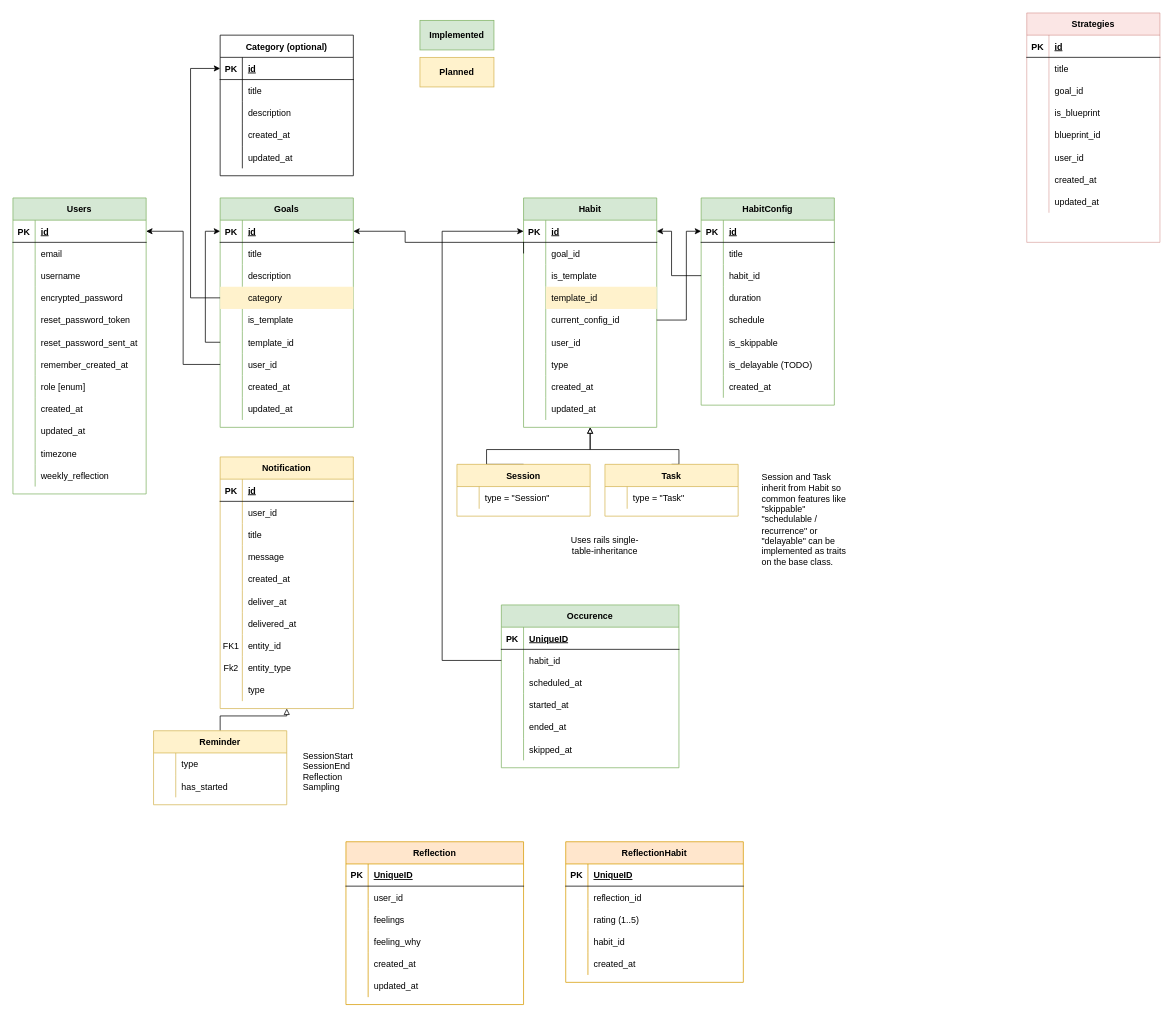
Earlier version of the draw.io diagram reqs/DB Model.drawio (AlexanderLill/yahtapp-web). Source tidied: cells renumbered, new cells numbered last; positions are measured from the earlier drawing's top-left corner, leaving out a move shared by most shapes. Both pictures are drawn from the tidied source at 74%, with x=0, y=0 at pixel (13, 13).
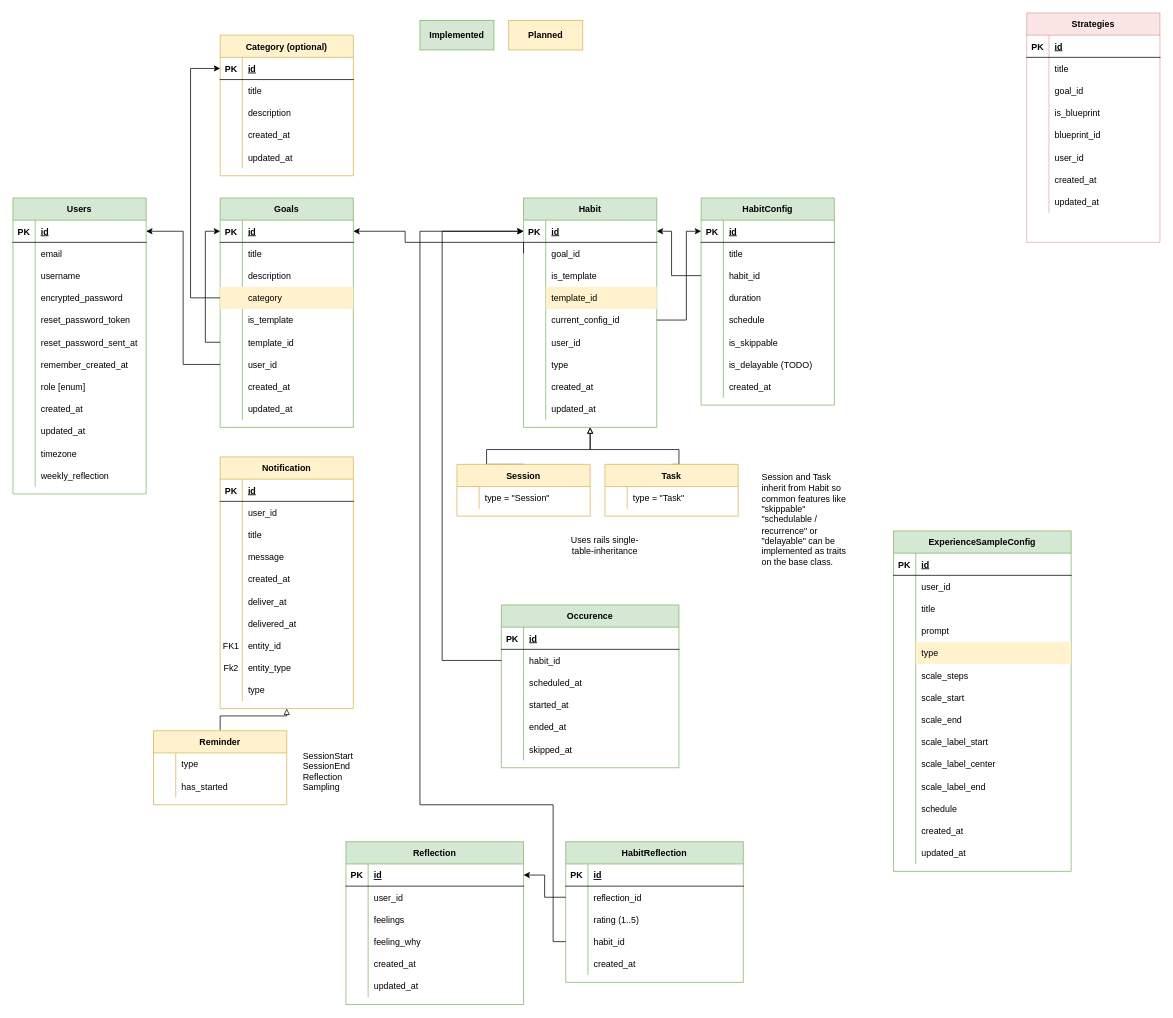
The same page after the edit.

Unchanged cells that the change refers to:
```xml
<mxCell id="94" style="shape=partialRectangle;fillColor=none;top=0;left=0;bottom=1;right=0;points=[[0,0.5],[1,0.5]];portConstraint=eastwest;" parent="93" vertex="1">
  <mxGeometry y="30" width="180" height="30" as="geometry" />
</mxCell>
<mxCell id="193" style="shape=partialRectangle;fillColor=none;top=0;left=0;bottom=1;right=0;" parent="192" vertex="1">
  <mxGeometry y="30" width="240" height="30" as="geometry" />
</mxCell>
<mxCell id="213" style="shape=partialRectangle;fillColor=none;top=0;left=0;bottom=1;right=0;points=[[0,0.5],[1,0.5]];portConstraint=eastwest;" parent="212" vertex="1">
  <mxGeometry y="30" width="240" height="30" as="geometry" />
</mxCell>
<mxCell id="232" style="shape=partialRectangle;fillColor=none;top=0;left=0;bottom=1;right=0;" parent="231" vertex="1">
  <mxGeometry y="30" width="240" height="30" as="geometry" />
</mxCell>
<mxCell id="235" style="shape=partialRectangle;fillColor=none;top=0;left=0;bottom=0;right=0;points=[[0,0.5],[1,0.5]];portConstraint=eastwest;" parent="231" vertex="1">
  <mxGeometry y="60" width="240" height="30" as="geometry" />
</mxCell>
<mxCell id="241" style="shape=partialRectangle;fillColor=none;top=0;left=0;bottom=0;right=0;points=[[0,0.5],[1,0.5]];portConstraint=eastwest;" parent="231" vertex="1">
  <mxGeometry y="120" width="240" height="30" as="geometry" />
</mxCell>
```

Change to the diagram source:
```diff
@@
-    <mxCell id="121" value="Category (optional)" style="shape=table;startSize=30;childLayout=tableLayout;rowLines=0;fontStyle=1;align=center;" parent="1" vertex="1">
+    <mxCell id="121" value="Category (optional)" style="shape=table;startSize=30;childLayout=tableLayout;rowLines=0;fontStyle=1;align=center;fillColor=#fff2cc;strokeColor=#d6b656;" parent="1" vertex="1">
       <mxGeometry x="280" y="30" width="180" height="190" as="geometry" />
     </mxCell>
@@
-    <mxCell id="195" value="UniqueID" style="shape=partialRectangle;fillColor=none;top=0;left=0;bottom=0;right=0;align=left;spacingLeft=6;fontStyle=5;overflow=hidden;" parent="193" vertex="1">
+    <mxCell id="195" value="id" style="shape=partialRectangle;fillColor=none;top=0;left=0;bottom=0;right=0;align=left;spacingLeft=6;fontStyle=5;overflow=hidden;" parent="193" vertex="1">
       <mxGeometry x="30" width="210" height="30" as="geometry" />
     </mxCell>
@@
-    <mxCell id="212" value="Reflection" style="shape=table;startSize=30;childLayout=tableLayout;rowLines=0;fontStyle=1;align=center;fillColor=#ffe6cc;strokeColor=#d79b00;" parent="1" vertex="1">
+    <mxCell id="212" value="Reflection" style="shape=table;startSize=30;childLayout=tableLayout;rowLines=0;fontStyle=1;align=center;fillColor=#d5e8d4;strokeColor=#82b366;" parent="1" vertex="1">
       <mxGeometry x="450" y="1120" width="240" height="220" as="geometry" />
     </mxCell>
@@
-    <mxCell id="215" value="UniqueID" style="shape=partialRectangle;fillColor=none;top=0;left=0;bottom=0;right=0;align=left;spacingLeft=6;fontStyle=5;overflow=hidden;" parent="213" vertex="1">
+    <mxCell id="215" value="id" style="shape=partialRectangle;fillColor=none;top=0;left=0;bottom=0;right=0;align=left;spacingLeft=6;fontStyle=5;overflow=hidden;" parent="213" vertex="1">
       <mxGeometry x="30" width="210" height="30" as="geometry" />
     </mxCell>
@@
-    <mxCell id="231" value="ReflectionHabit" style="shape=table;startSize=30;childLayout=tableLayout;rowLines=0;fontStyle=1;align=center;fillColor=#ffe6cc;strokeColor=#d79b00;" parent="1" vertex="1">
+    <mxCell id="231" value="HabitReflection" style="shape=table;startSize=30;childLayout=tableLayout;rowLines=0;fontStyle=1;align=center;fillColor=#d5e8d4;strokeColor=#82b366;" parent="1" vertex="1">
       <mxGeometry x="747" y="1120" width="240" height="190" as="geometry" />
     </mxCell>
@@
-    <mxCell id="234" value="UniqueID" style="shape=partialRectangle;fillColor=none;top=0;left=0;bottom=0;right=0;align=left;spacingLeft=6;fontStyle=5;overflow=hidden;" parent="232" vertex="1">
+    <mxCell id="234" value="id" style="shape=partialRectangle;fillColor=none;top=0;left=0;bottom=0;right=0;align=left;spacingLeft=6;fontStyle=5;overflow=hidden;" parent="232" vertex="1">
       <mxGeometry x="30" width="210" height="30" as="geometry" />
     </mxCell>
@@
     <mxCell id="275" value="&lt;b&gt;Planned&lt;/b&gt;" style="rounded=0;whiteSpace=wrap;html=1;fillColor=#fff2cc;strokeColor=#d6b656;" parent="1" vertex="1">
-      <mxGeometry x="550" y="60" width="100" height="40" as="geometry" />
+      <mxGeometry x="670" y="10" width="100" height="40" as="geometry" />
     </mxCell>
+    <mxCell id="276" style="edgeStyle=orthogonalEdgeStyle;rounded=0;jettySize=auto;html=1;exitX=0;exitY=0.5;exitDx=0;exitDy=0;entryX=1;entryY=0.5;entryDx=0;entryDy=0;" parent="1" edge="1" source="235" target="213">
+      <mxGeometry relative="1" as="geometry" />
+    </mxCell>
+    <mxCell id="277" style="edgeStyle=orthogonalEdgeStyle;rounded=0;jettySize=auto;html=1;exitX=0;exitY=0.5;exitDx=0;exitDy=0;entryX=0;entryY=0.5;entryDx=0;entryDy=0;" parent="1" edge="1" source="241" target="94">
+      <mxGeometry relative="1" as="geometry">
+        <Array as="points">
+          <mxPoint x="730" y="1255" />
+          <mxPoint x="730" y="1070" />
+          <mxPoint x="550" y="1070" />
+          <mxPoint x="550" y="295" />
+        </Array>
+      </mxGeometry>
+    </mxCell>
+    <mxCell id="278" value="ExperienceSampleConfig" style="shape=table;startSize=30;childLayout=tableLayout;rowLines=0;fontStyle=1;align=center;fillColor=#d5e8d4;strokeColor=#82b366;" parent="1" vertex="1">
+      <mxGeometry x="1190" y="700" width="240" height="460" as="geometry" />
+    </mxCell>
+    <mxCell id="279" style="shape=partialRectangle;fillColor=none;top=0;left=0;bottom=1;right=0;" parent="278" vertex="1">
+      <mxGeometry y="30" width="240" height="30" as="geometry" />
+    </mxCell>
+    <mxCell id="280" value="PK" style="shape=partialRectangle;fillColor=none;top=0;left=0;bottom=0;right=0;fontStyle=1;overflow=hidden;" parent="279" vertex="1">
+      <mxGeometry width="30" height="30" as="geometry" />
+    </mxCell>
+    <mxCell id="281" value="id" style="shape=partialRectangle;fillColor=none;top=0;left=0;bottom=0;right=0;align=left;spacingLeft=6;fontStyle=5;overflow=hidden;" parent="279" vertex="1">
+      <mxGeometry x="30" width="210" height="30" as="geometry" />
+    </mxCell>
+    <mxCell id="282" style="shape=partialRectangle;fillColor=none;top=0;left=0;bottom=0;right=0;" parent="278" vertex="1">
+      <mxGeometry y="60" width="240" height="30" as="geometry" />
+    </mxCell>
+    <mxCell id="283" style="shape=partialRectangle;fillColor=none;top=0;left=0;bottom=0;right=0;overflow=hidden;" parent="282" vertex="1">
+      <mxGeometry width="30" height="30" as="geometry" />
+    </mxCell>
+    <mxCell id="284" value="user_id" style="shape=partialRectangle;fillColor=none;top=0;left=0;bottom=0;right=0;align=left;spacingLeft=6;overflow=hidden;" parent="282" vertex="1">
+      <mxGeometry x="30" width="210" height="30" as="geometry" />
+    </mxCell>
+    <mxCell id="285" style="shape=partialRectangle;fillColor=none;top=0;left=0;bottom=0;right=0;" parent="278" vertex="1">
+      <mxGeometry y="90" width="240" height="30" as="geometry" />
+    </mxCell>
+    <mxCell id="286" style="shape=partialRectangle;fillColor=none;top=0;left=0;bottom=0;right=0;overflow=hidden;" parent="285" vertex="1">
+      <mxGeometry width="30" height="30" as="geometry" />
+    </mxCell>
+    <mxCell id="287" value="title" style="shape=partialRectangle;fillColor=none;top=0;left=0;bottom=0;right=0;align=left;spacingLeft=6;overflow=hidden;" parent="285" vertex="1">
+      <mxGeometry x="30" width="210" height="30" as="geometry" />
+    </mxCell>
+    <mxCell id="288" style="shape=partialRectangle;fillColor=none;top=0;left=0;bottom=0;right=0;" parent="278" vertex="1">
+      <mxGeometry y="120" width="240" height="30" as="geometry" />
+    </mxCell>
+    <mxCell id="289" style="shape=partialRectangle;fillColor=none;top=0;left=0;bottom=0;right=0;overflow=hidden;" parent="288" vertex="1">
+      <mxGeometry width="30" height="30" as="geometry" />
+    </mxCell>
+    <mxCell id="290" value="prompt" style="shape=partialRectangle;fillColor=none;top=0;left=0;bottom=0;right=0;align=left;spacingLeft=6;overflow=hidden;" parent="288" vertex="1">
+      <mxGeometry x="30" width="210" height="30" as="geometry" />
+    </mxCell>
+    <mxCell id="291" style="shape=partialRectangle;fillColor=none;top=0;left=0;bottom=0;right=0;" parent="278" vertex="1">
+      <mxGeometry y="150" width="240" height="30" as="geometry" />
+    </mxCell>
+    <mxCell id="292" style="shape=partialRectangle;fillColor=none;top=0;left=0;bottom=0;right=0;overflow=hidden;" parent="291" vertex="1">
+      <mxGeometry width="30" height="30" as="geometry" />
+    </mxCell>
+    <mxCell id="293" value="type" style="shape=partialRectangle;fillColor=#fff2cc;top=0;left=0;bottom=0;right=0;align=left;spacingLeft=6;overflow=hidden;strokeColor=#d6b656;" parent="291" vertex="1">
+      <mxGeometry x="30" width="210" height="30" as="geometry" />
+    </mxCell>
+    <mxCell id="294" style="shape=partialRectangle;fillColor=none;top=0;left=0;bottom=0;right=0;" parent="278" vertex="1">
+      <mxGeometry y="180" width="240" height="30" as="geometry" />
+    </mxCell>
+    <mxCell id="295" style="shape=partialRectangle;fillColor=none;top=0;left=0;bottom=0;right=0;overflow=hidden;" parent="294" vertex="1">
+      <mxGeometry width="30" height="30" as="geometry" />
+    </mxCell>
+    <mxCell id="296" value="scale_steps" style="shape=partialRectangle;fillColor=none;top=0;left=0;bottom=0;right=0;align=left;spacingLeft=6;overflow=hidden;" parent="294" vertex="1">
+      <mxGeometry x="30" width="210" height="30" as="geometry" />
+    </mxCell>
+    <mxCell id="297" style="shape=partialRectangle;fillColor=none;top=0;left=0;bottom=0;right=0;" parent="278" vertex="1">
+      <mxGeometry y="210" width="240" height="30" as="geometry" />
+    </mxCell>
+    <mxCell id="298" style="shape=partialRectangle;fillColor=none;top=0;left=0;bottom=0;right=0;overflow=hidden;" parent="297" vertex="1">
+      <mxGeometry width="30" height="30" as="geometry" />
+    </mxCell>
+    <mxCell id="299" value="scale_start" style="shape=partialRectangle;fillColor=none;top=0;left=0;bottom=0;right=0;align=left;spacingLeft=6;overflow=hidden;" parent="297" vertex="1">
+      <mxGeometry x="30" width="210" height="30" as="geometry" />
+    </mxCell>
+    <mxCell id="300" style="shape=partialRectangle;fillColor=none;top=0;left=0;bottom=0;right=0;" parent="278" vertex="1">
+      <mxGeometry y="240" width="240" height="30" as="geometry" />
+    </mxCell>
+    <mxCell id="301" style="shape=partialRectangle;fillColor=none;top=0;left=0;bottom=0;right=0;overflow=hidden;" parent="300" vertex="1">
+      <mxGeometry width="30" height="30" as="geometry" />
+    </mxCell>
+    <mxCell id="302" value="scale_end" style="shape=partialRectangle;fillColor=none;top=0;left=0;bottom=0;right=0;align=left;spacingLeft=6;overflow=hidden;" parent="300" vertex="1">
+      <mxGeometry x="30" width="210" height="30" as="geometry" />
+    </mxCell>
+    <mxCell id="303" style="shape=partialRectangle;fillColor=none;top=0;left=0;bottom=0;right=0;" parent="278" vertex="1">
+      <mxGeometry y="270" width="240" height="30" as="geometry" />
+    </mxCell>
+    <mxCell id="304" style="shape=partialRectangle;fillColor=none;top=0;left=0;bottom=0;right=0;overflow=hidden;" parent="303" vertex="1">
+      <mxGeometry width="30" height="30" as="geometry" />
+    </mxCell>
+    <mxCell id="305" value="scale_label_start" style="shape=partialRectangle;fillColor=none;top=0;left=0;bottom=0;right=0;align=left;spacingLeft=6;overflow=hidden;" parent="303" vertex="1">
+      <mxGeometry x="30" width="210" height="30" as="geometry" />
+    </mxCell>
+    <mxCell id="306" style="shape=partialRectangle;fillColor=none;top=0;left=0;bottom=0;right=0;" parent="278" vertex="1">
+      <mxGeometry y="300" width="240" height="30" as="geometry" />
+    </mxCell>
+    <mxCell id="307" style="shape=partialRectangle;fillColor=none;top=0;left=0;bottom=0;right=0;overflow=hidden;" parent="306" vertex="1">
+      <mxGeometry width="30" height="30" as="geometry" />
+    </mxCell>
+    <mxCell id="308" value="scale_label_center" style="shape=partialRectangle;fillColor=none;top=0;left=0;bottom=0;right=0;align=left;spacingLeft=6;overflow=hidden;" parent="306" vertex="1">
+      <mxGeometry x="30" width="210" height="30" as="geometry" />
+    </mxCell>
+    <mxCell id="309" style="shape=partialRectangle;fillColor=none;top=0;left=0;bottom=0;right=0;" parent="278" vertex="1">
+      <mxGeometry y="330" width="240" height="30" as="geometry" />
+    </mxCell>
+    <mxCell id="310" style="shape=partialRectangle;fillColor=none;top=0;left=0;bottom=0;right=0;overflow=hidden;" parent="309" vertex="1">
+      <mxGeometry width="30" height="30" as="geometry" />
+    </mxCell>
+    <mxCell id="311" value="scale_label_end" style="shape=partialRectangle;fillColor=none;top=0;left=0;bottom=0;right=0;align=left;spacingLeft=6;overflow=hidden;" parent="309" vertex="1">
+      <mxGeometry x="30" width="210" height="30" as="geometry" />
+    </mxCell>
+    <mxCell id="312" style="shape=partialRectangle;fillColor=none;top=0;left=0;bottom=0;right=0;" parent="278" vertex="1">
+      <mxGeometry y="360" width="240" height="30" as="geometry" />
+    </mxCell>
+    <mxCell id="313" style="shape=partialRectangle;fillColor=none;top=0;left=0;bottom=0;right=0;overflow=hidden;" parent="312" vertex="1">
+      <mxGeometry width="30" height="30" as="geometry" />
+    </mxCell>
+    <mxCell id="314" value="schedule" style="shape=partialRectangle;fillColor=none;top=0;left=0;bottom=0;right=0;align=left;spacingLeft=6;overflow=hidden;" parent="312" vertex="1">
+      <mxGeometry x="30" width="210" height="30" as="geometry" />
+    </mxCell>
+    <mxCell id="315" style="shape=partialRectangle;fillColor=none;top=0;left=0;bottom=0;right=0;" parent="278" vertex="1">
+      <mxGeometry y="390" width="240" height="30" as="geometry" />
+    </mxCell>
+    <mxCell id="316" style="shape=partialRectangle;fillColor=none;top=0;left=0;bottom=0;right=0;overflow=hidden;" parent="315" vertex="1">
+      <mxGeometry width="30" height="30" as="geometry" />
+    </mxCell>
+    <mxCell id="317" value="created_at" style="shape=partialRectangle;fillColor=none;top=0;left=0;bottom=0;right=0;align=left;spacingLeft=6;overflow=hidden;" parent="315" vertex="1">
+      <mxGeometry x="30" width="210" height="30" as="geometry" />
+    </mxCell>
+    <mxCell id="318" style="shape=partialRectangle;fillColor=none;top=0;left=0;bottom=0;right=0;" parent="278" vertex="1">
+      <mxGeometry y="420" width="240" height="30" as="geometry" />
+    </mxCell>
+    <mxCell id="319" style="shape=partialRectangle;fillColor=none;top=0;left=0;bottom=0;right=0;overflow=hidden;" parent="318" vertex="1">
+      <mxGeometry width="30" height="30" as="geometry" />
+    </mxCell>
+    <mxCell id="320" value="updated_at" style="shape=partialRectangle;fillColor=none;top=0;left=0;bottom=0;right=0;align=left;spacingLeft=6;overflow=hidden;" parent="318" vertex="1">
+      <mxGeometry x="30" width="210" height="30" as="geometry" />
+    </mxCell>
```
